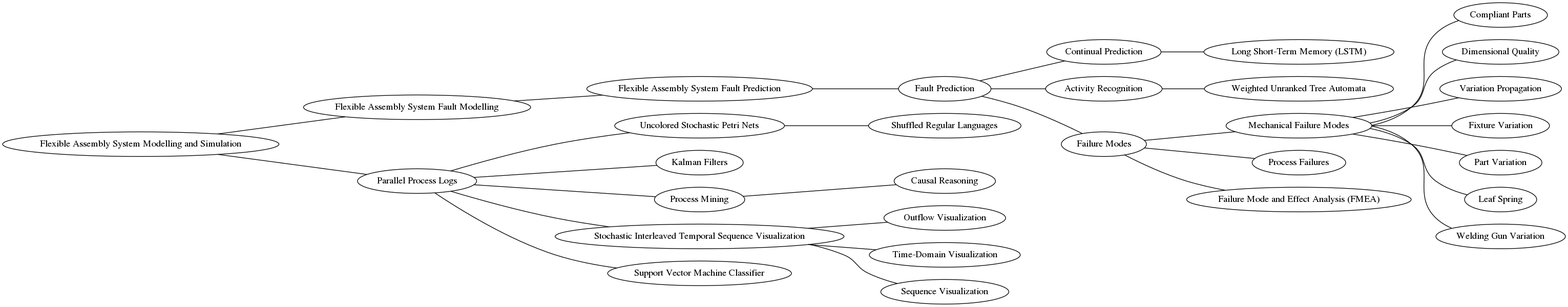
Earlier version of the Graphviz export documentation/field.png (keskival/EventSimulator). Its source is kept beside it as documentation/field.dot.
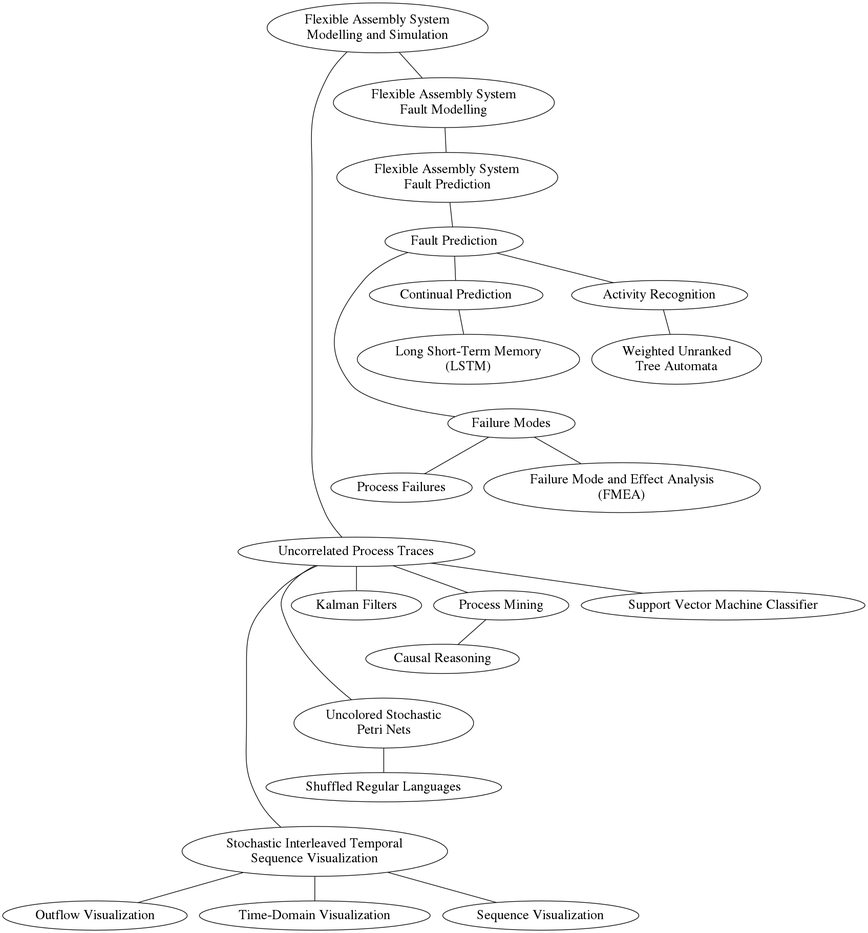
After the commit.

Change to the diagram source:
```diff
@@ -1,21 +1,27 @@
 graph G {
-  graph [rankdir=LR];
-  {rank=min "Flexible Assembly System Modelling and Simulation"} -- {rank=same "Flexible Assembly System Fault Modelling", "Parallel Process Logs"}
-  "Flexible Assembly System Fault Modelling" -- "Flexible Assembly System Fault Prediction"
-  "Flexible Assembly System Fault Prediction" -- "Fault Prediction"
-  "Fault Prediction" -- {rank=same "Continual Prediction", "Activity Recognition", "Failure Modes"}
-  "Parallel Process Logs" -- {rank=same "Uncolored Stochastic Petri Nets", "Kalman Filters", "Process Mining", "Stochastic Interleaved Temporal Sequence Visualization", "Support Vector Machine Classifier"}
-  "Uncolored Stochastic Petri Nets" -- "Shuffled Regular Languages"
-  "Failure Modes" -- {rank=same "Mechanical Failure Modes", "Process Failures", "Failure Mode and Effect Analysis (FMEA)"}
-  "Activity Recognition" -- "Weighted Unranked Tree Automata"
+  graph [rankdir=UD];
+  node[fontsize=20]
+  "Shuffled Regular Languages" -- "Stochastic Interleaved Temporal\nSequence Visualization" [style=invis]
+  "Uncorrelated Process Traces" -- {"Stochastic Interleaved Temporal\nSequence Visualization"}
+  "Stochastic Interleaved Temporal\nSequence Visualization" -- {rank=same "Outflow Visualization", "Time-Domain Visualization", "Sequence Visualization"}
+
+  "Causal Reasoning" -- "Uncolored Stochastic\nPetri Nets" [style=invis]
+  "Uncorrelated Process Traces" -- "Uncolored Stochastic\nPetri Nets"
+
+  "Process Failures" -- "Uncorrelated Process Traces" [style=invis]
+  {rank=min "Flexible Assembly System\nModelling and Simulation"} -- {"Uncorrelated Process Traces"}
+  "Uncorrelated Process Traces" -- {rank=same "Kalman Filters", "Process Mining", "Support Vector Machine Classifier"}
+  "Uncolored Stochastic\nPetri Nets" -- "Shuffled Regular Languages"
   "Process Mining" -- "Causal Reasoning"
-  "Continual Prediction" -- "Long Short-Term Memory (LSTM)"
-  "Mechanical Failure Modes" -- "Compliant Parts"
-  "Mechanical Failure Modes" -- "Dimensional Quality"
-  "Mechanical Failure Modes" -- "Variation Propagation"
-  "Mechanical Failure Modes" -- "Fixture Variation"
-  "Mechanical Failure Modes" -- "Part Variation"
-  "Mechanical Failure Modes" -- "Leaf Spring"
-  "Mechanical Failure Modes" -- "Welding Gun Variation"
-  "Stochastic Interleaved Temporal Sequence Visualization" -- {rank=same "Outflow Visualization", "Time-Domain Visualization", "Sequence Visualization"}
+
+  "Weighted Unranked\nTree Automata" -- "Failure Modes" [style=invis]
+  "Fault Prediction" -- {"Failure Modes"}
+  "Failure Modes" -- {rank=same "Process Failures", "Failure Mode and Effect Analysis\n(FMEA)"}
+
+  {rank=min "Flexible Assembly System\nModelling and Simulation"} -- {"Flexible Assembly System\nFault Modelling"}
+  "Flexible Assembly System\nFault Modelling" -- "Flexible Assembly System\nFault Prediction"
+  "Flexible Assembly System\nFault Prediction" -- "Fault Prediction"
+  "Fault Prediction" -- {rank=same "Continual Prediction", "Activity Recognition"}
+  "Activity Recognition" -- "Weighted Unranked\nTree Automata"
+  "Continual Prediction" -- "Long Short-Term Memory\n(LSTM)"
 }
```
